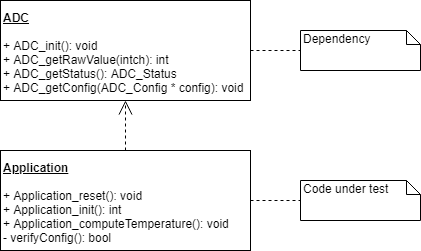
The draw.io diagram docs/UML.png in jscastonguay/Houdini, before a commit. Source tidied: cells renumbered, new cells last; positions are measured from the earlier drawing's top-left corner, leaving out a move shared by most shapes.
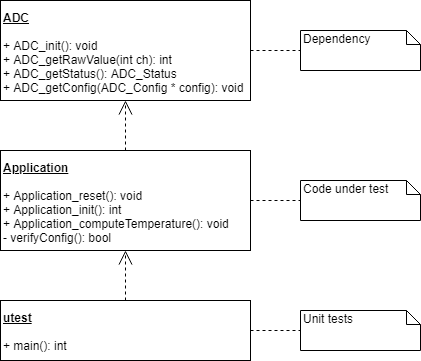
Later version of the same file.

What changed in the source:
```diff
@@ -2,7 +2,7 @@
   <root>
     <mxCell id="0" />
     <mxCell id="1" parent="0" />
-    <mxCell id="2" value="&lt;b&gt;&lt;u&gt;ADC&lt;/u&gt;&lt;/b&gt;&lt;br&gt;&lt;br&gt;&lt;div&gt;&lt;div&gt;&lt;span&gt;+ ADC_init&lt;/span&gt;(): void&lt;/div&gt;&lt;div&gt;&lt;span&gt;+ ADC_getRawValue&lt;/span&gt;(&lt;span&gt;int&lt;/span&gt;&lt;span&gt;ch&lt;/span&gt;): int&lt;/div&gt;&lt;div&gt;&lt;span&gt;+ ADC_getStatus&lt;/span&gt;():&amp;nbsp;&lt;span&gt;ADC_Status&lt;/span&gt;&lt;/div&gt;&lt;div&gt;&lt;span&gt;+ ADC_getConfig&lt;/span&gt;(ADC_Config *&lt;span&gt; config&lt;/span&gt;): void&lt;/div&gt;&lt;/div&gt;" style="rounded=0;whiteSpace=wrap;html=1;align=left;" parent="1" vertex="1">
+    <mxCell id="2" value="&lt;b&gt;&lt;u&gt;ADC&lt;/u&gt;&lt;/b&gt;&lt;br&gt;&lt;br&gt;&lt;div&gt;&lt;div&gt;&lt;span&gt;+ ADC_init&lt;/span&gt;(): void&lt;/div&gt;&lt;div&gt;&lt;span&gt;+ ADC_getRawValue&lt;/span&gt;(&lt;span&gt;int&amp;nbsp;&lt;/span&gt;&lt;span&gt;ch&lt;/span&gt;): int&lt;/div&gt;&lt;div&gt;&lt;span&gt;+ ADC_getStatus&lt;/span&gt;():&amp;nbsp;&lt;span&gt;ADC_Status&lt;/span&gt;&lt;/div&gt;&lt;div&gt;&lt;span&gt;+ ADC_getConfig&lt;/span&gt;(ADC_Config *&lt;span&gt; config&lt;/span&gt;): void&lt;/div&gt;&lt;/div&gt;" style="rounded=0;whiteSpace=wrap;html=1;align=left;" parent="1" vertex="1">
       <mxGeometry width="250" height="100" as="geometry" />
     </mxCell>
     <mxCell id="3" value="&lt;b&gt;&lt;u&gt;Application&lt;/u&gt;&lt;/b&gt;&lt;br&gt;&lt;br&gt;&lt;div&gt;&lt;div&gt;&lt;span&gt;+ Application_reset&lt;/span&gt;(): void&lt;/div&gt;&lt;/div&gt;&lt;div&gt;&lt;div&gt;&lt;span&gt;+ Application_init(): int&lt;/span&gt;&lt;/div&gt;&lt;/div&gt;&lt;div&gt;&lt;span&gt;+&amp;nbsp;&lt;/span&gt;&lt;span&gt;Application_computeTemperature(): void&lt;/span&gt;&lt;/div&gt;&lt;div&gt;&lt;span&gt;-&amp;nbsp;&lt;/span&gt;&lt;span&gt;verifyConfig&lt;/span&gt;&lt;span&gt;(): bool&lt;/span&gt;&lt;/div&gt;" style="rounded=0;whiteSpace=wrap;html=1;align=left;" parent="1" vertex="1">
@@ -23,5 +23,17 @@
     <mxCell id="8" style="endArrow=none;dashed=1;html=1;entryX=0;entryY=0.5;entryDx=0;entryDy=0;entryPerimeter=0;exitX=1;exitY=0.5;exitDx=0;exitDy=0;" parent="1" edge="1" source="3" target="6">
       <mxGeometry relative="1" as="geometry" />
     </mxCell>
+    <mxCell id="9" value="&lt;b&gt;&lt;u&gt;utest&lt;/u&gt;&lt;/b&gt;&lt;br&gt;&lt;br&gt;&lt;div&gt;&lt;span&gt;+ main(): int&lt;/span&gt;&lt;/div&gt;" style="rounded=0;whiteSpace=wrap;html=1;align=left;" parent="1" vertex="1">
+      <mxGeometry y="300" width="250" height="60" as="geometry" />
+    </mxCell>
+    <mxCell id="10" style="endArrow=open;endFill=1;endSize=12;html=1;exitX=0.5;exitY=0;exitDx=0;exitDy=0;entryX=0.5;entryY=1;entryDx=0;entryDy=0;dashed=1;" parent="1" edge="1" source="9" target="3">
+      <mxGeometry relative="1" as="geometry" />
+    </mxCell>
+    <mxCell id="11" value="Unit tests" style="shape=note;whiteSpace=wrap;html=1;size=14;verticalAlign=top;align=left;spacingTop=-6;" parent="1" vertex="1">
+      <mxGeometry x="300" y="310" width="120" height="40" as="geometry" />
+    </mxCell>
+    <mxCell id="12" style="endArrow=none;dashed=1;html=1;entryX=0;entryY=0.5;entryDx=0;entryDy=0;entryPerimeter=0;exitX=1;exitY=0.5;exitDx=0;exitDy=0;" parent="1" edge="1" source="9" target="11">
+      <mxGeometry relative="1" as="geometry" />
+    </mxCell>
   </root>
 </mxGraphModel>
```
